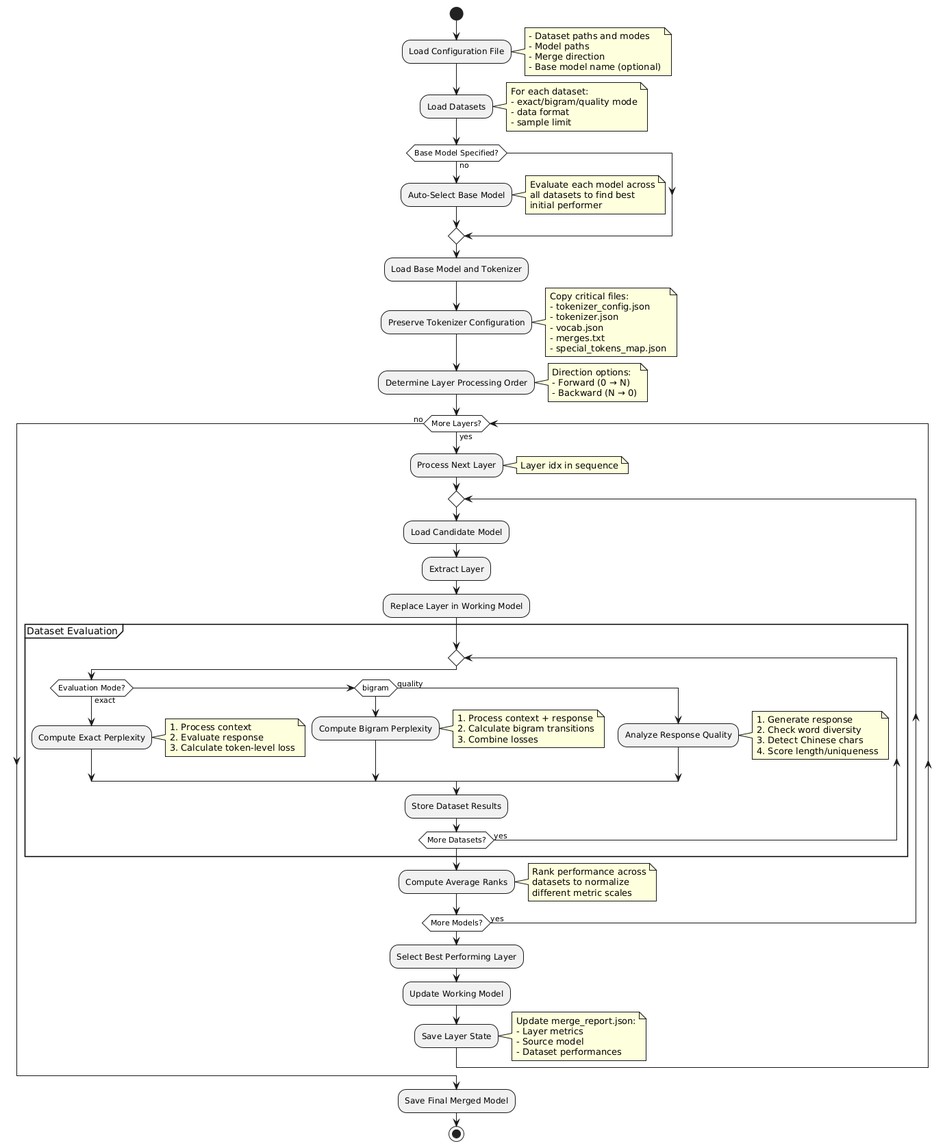
This is olm.png from jeffmeloy/olm, a PlantUML export, as it was before one commit. The source it was exported from:
```plantuml
@startuml
skinparam ActivityShape roundBox
skinparam ActivityBorderThickness 1
skinparam ArrowThickness 1
skinparam ActivityDiamondBorderThickness 1
skinparam ActivityDiamondBackgroundColor white
skinparam NoteBorderThickness 1

start
:Load Configuration File;
note right
  - Dataset paths and modes
  - Model paths
  - Merge direction
  - Base model name (optional)
endnote

:Load Datasets;
note right
  For each dataset:
  - exact/bigram/quality mode
  - data format
  - sample limit
endnote

if (Base Model Specified?) then (no)
  :Auto-Select Base Model;
  note right
    Evaluate each model across
    all datasets to find best
    initial performer
  endnote
endif

:Load Base Model and Tokenizer;
:Preserve Tokenizer Configuration;
note right
  Copy critical files:
  - tokenizer_config.json
  - tokenizer.json
  - vocab.json
  - merges.txt
  - special_tokens_map.json
endnote

:Determine Layer Processing Order;
note right
  Direction options:
  - Forward (0 → N)
  - Backward (N → 0)
endnote

while (More Layers?) is (yes)
  :Process Next Layer;
  note right: Layer idx in sequence

  repeat
    :Load Candidate Model;
    :Extract Layer;
    :Replace Layer in Working Model;

    partition "Dataset Evaluation" {
      repeat
        if (Evaluation Mode?) then (exact)
          :Compute Exact Perplexity;
          note right
            1. Process context
            2. Evaluate response
            3. Calculate token-level loss
          endnote
        elseif (bigram) then
          :Compute Bigram Perplexity;
          note right
            1. Process context + response
            2. Calculate bigram transitions
            3. Combine losses
          endnote
        else (quality)
          :Analyze Response Quality;
          note right
            1. Generate response
            2. Check word diversity
            3. Detect Chinese chars
            4. Score length/uniqueness
          endnote
        endif
        :Store Dataset Results;
      repeat while (More Datasets?) is (yes)
    }

    :Compute Average Ranks;
    note right
      Rank performance across
      datasets to normalize
      different metric scales
    endnote

  repeat while (More Models?) is (yes)

  :Select Best Performing Layer;
  :Update Working Model;
  :Save Layer State;
  note right
    Update merge_report.json:
    - Layer metrics
    - Source model
    - Dataset performances
  endnote

endwhile (no)

:Save Final Merged Model;
stop
@enduml
```
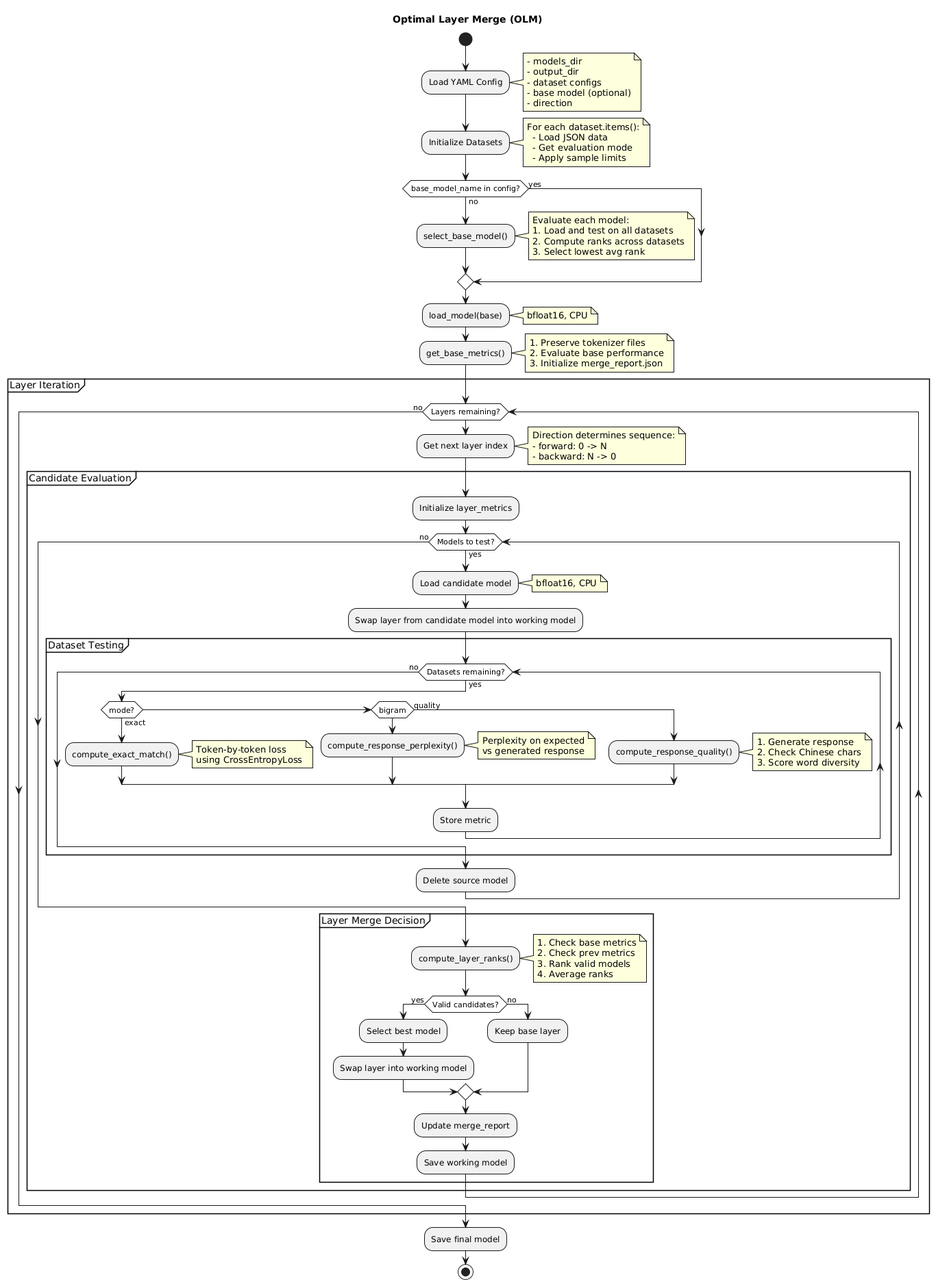
After the commit.

The edit, as a diff of the source:
```diff
@@ -6,109 +6,121 @@
 skinparam ActivityDiamondBackgroundColor white
 skinparam NoteBorderThickness 1
 
+title Optimal Layer Merge (OLM)
+
+|Main|
 start
-:Load Configuration File;
+:Load YAML Config;
 note right
-  - Dataset paths and modes
-  - Model paths
-  - Merge direction
-  - Base model name (optional)
+  - models_dir
+  - output_dir
+  - dataset configs
+  - base model (optional)
+  - direction
 endnote
 
-:Load Datasets;
+:Initialize Datasets;
 note right
-  For each dataset:
-  - exact/bigram/quality mode
-  - data format
-  - sample limit
+  For each dataset.items():
+    - Load JSON data
+    - Get evaluation mode
+    - Apply sample limits
 endnote
 
-if (Base Model Specified?) then (no)
-  :Auto-Select Base Model;
+if (base_model_name in config?) then (no)
+  :select_base_model();
   note right
-    Evaluate each model across
-    all datasets to find best
-    initial performer
+    Evaluate each model:
+    1. Load and test on all datasets
+    2. Compute ranks across datasets
+    3. Select lowest avg rank
   endnote
+else (yes)
 endif
 
-:Load Base Model and Tokenizer;
-:Preserve Tokenizer Configuration;
+:load_model(base);
 note right
-  Copy critical files:
-  - tokenizer_config.json
-  - tokenizer.json
-  - vocab.json
-  - merges.txt
-  - special_tokens_map.json
+  bfloat16, CPU
 endnote
 
-:Determine Layer Processing Order;
+:get_base_metrics();
 note right
-  Direction options:
-  - Forward (0 → N)
-  - Backward (N → 0)
+  1. Preserve tokenizer files
+  2. Evaluate base performance
+  3. Initialize merge_report.json
 endnote
 
-while (More Layers?) is (yes)
-  :Process Next Layer;
-  note right: Layer idx in sequence
-
-  repeat
-    :Load Candidate Model;
-    :Extract Layer;
-    :Replace Layer in Working Model;
-
-    partition "Dataset Evaluation" {
-      repeat
-        if (Evaluation Mode?) then (exact)
-          :Compute Exact Perplexity;
-          note right
-            1. Process context
-            2. Evaluate response
-            3. Calculate token-level loss
-          endnote
-        elseif (bigram) then
-          :Compute Bigram Perplexity;
-          note right
-            1. Process context + response
-            2. Calculate bigram transitions
-            3. Combine losses
-          endnote
-        else (quality)
-          :Analyze Response Quality;
-          note right
-            1. Generate response
-            2. Check word diversity
-            3. Detect Chinese chars
-            4. Score length/uniqueness
-          endnote
-        endif
-        :Store Dataset Results;
-      repeat while (More Datasets?) is (yes)
-    }
-
-    :Compute Average Ranks;
+partition "Layer Iteration" {
+  while (Layers remaining?)
+    :Get next layer index;
     note right
-      Rank performance across
-      datasets to normalize
-      different metric scales
+      Direction determines sequence:
+      - forward: 0 -> N
+      - backward: N -> 0
     endnote
 
-  repeat while (More Models?) is (yes)
+    partition "Candidate Evaluation" {
+      :Initialize layer_metrics;
 
-  :Select Best Performing Layer;
-  :Update Working Model;
-  :Save Layer State;
-  note right
-    Update merge_report.json:
-    - Layer metrics
-    - Source model
-    - Dataset performances
-  endnote
+      while (Models to test?) is (yes)
+        :Load candidate model;
+        note right
+          bfloat16, CPU
+        endnote
+        :Swap layer from candidate model into working model;
 
-endwhile (no)
+        partition "Dataset Testing" {
+          while (Datasets remaining?) is (yes)
+            if (mode?) then (exact)
+              :compute_exact_match();
+              note right
+                Token-by-token loss
+                using CrossEntropyLoss
+              endnote
+            elseif (bigram) then
+              :compute_response_perplexity();
+              note right
+                Perplexity on expected
+                vs generated response
+              endnote
+            else (quality)
+              :compute_response_quality();
+              note right
+                1. Generate response
+                2. Check Chinese chars
+                3. Score word diversity
+              endnote
+            endif
 
-:Save Final Merged Model;
+            :Store metric;
+          endwhile (no)
+        }
+
+        :Delete source model;
+      endwhile (no)
+
+      partition "Layer Merge Decision" {
+        :compute_layer_ranks();
+        note right
+          1. Check base metrics
+          2. Check prev metrics
+          3. Rank valid models
+          4. Average ranks
+        endnote
+
+        if (Valid candidates?) then (yes)
+          :Select best model;
+          :Swap layer into working model;
+        else (no)
+          :Keep base layer;
+        endif
+        :Update merge_report;
+        :Save working model;
+      }
+    }
+  endwhile (no)
+}
+
+:Save final model;
 stop
 @enduml
```
